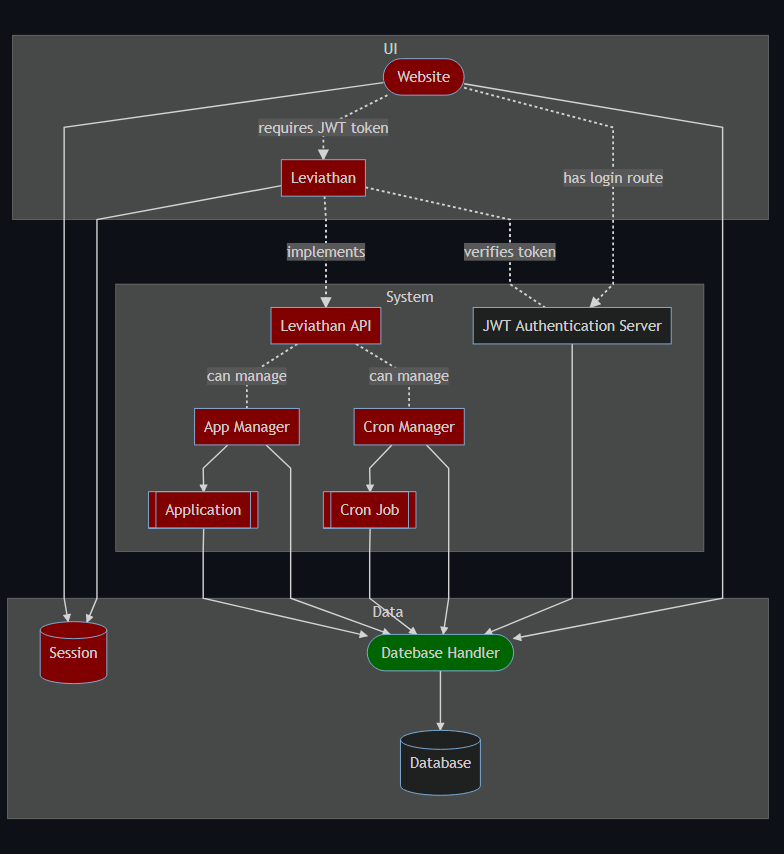
Before: diagrams/domain.png, a diagram exported from Mermaid (olivernybo/leviathan). Its source is kept beside it as diagrams/domain.mmd.
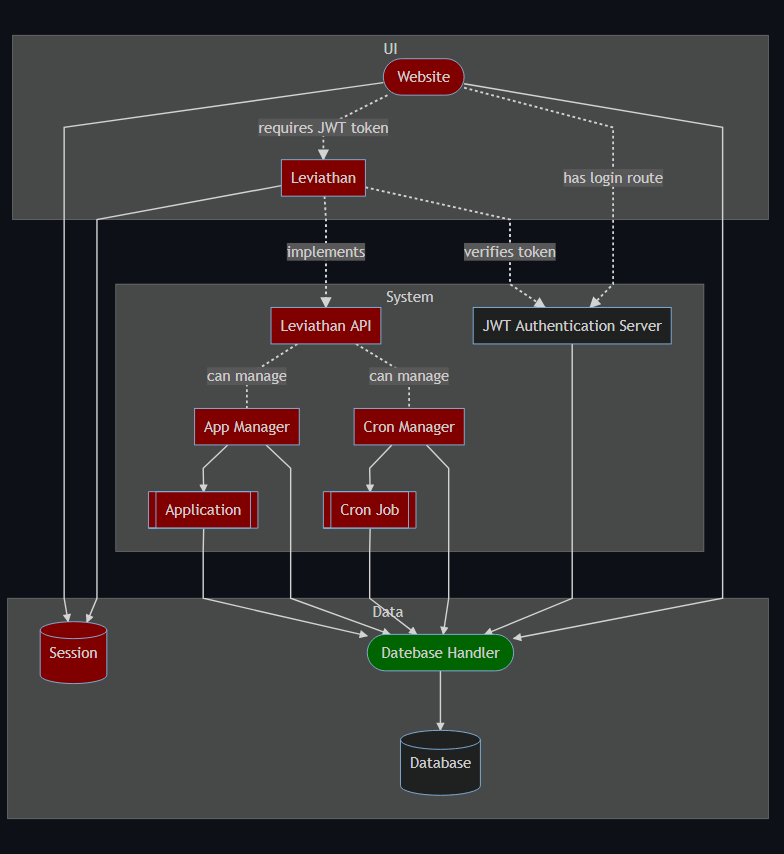
The same diagram one commit later.

Commit message:
missing arrow head

The edit, as a diff of the source:
```diff
@@ -25,7 +25,7 @@
 	web-->dbh
 	web-.->|requires JWT token|leviathan
 	web-.->|has login route|jwt
-	leviathan-.-|verifies token|jwt
+	leviathan-.->|verifies token|jwt
 	leviathan-.->|implements|api
 	jwt-->dbh
 	api-.-|can manage|cronmanager
```
